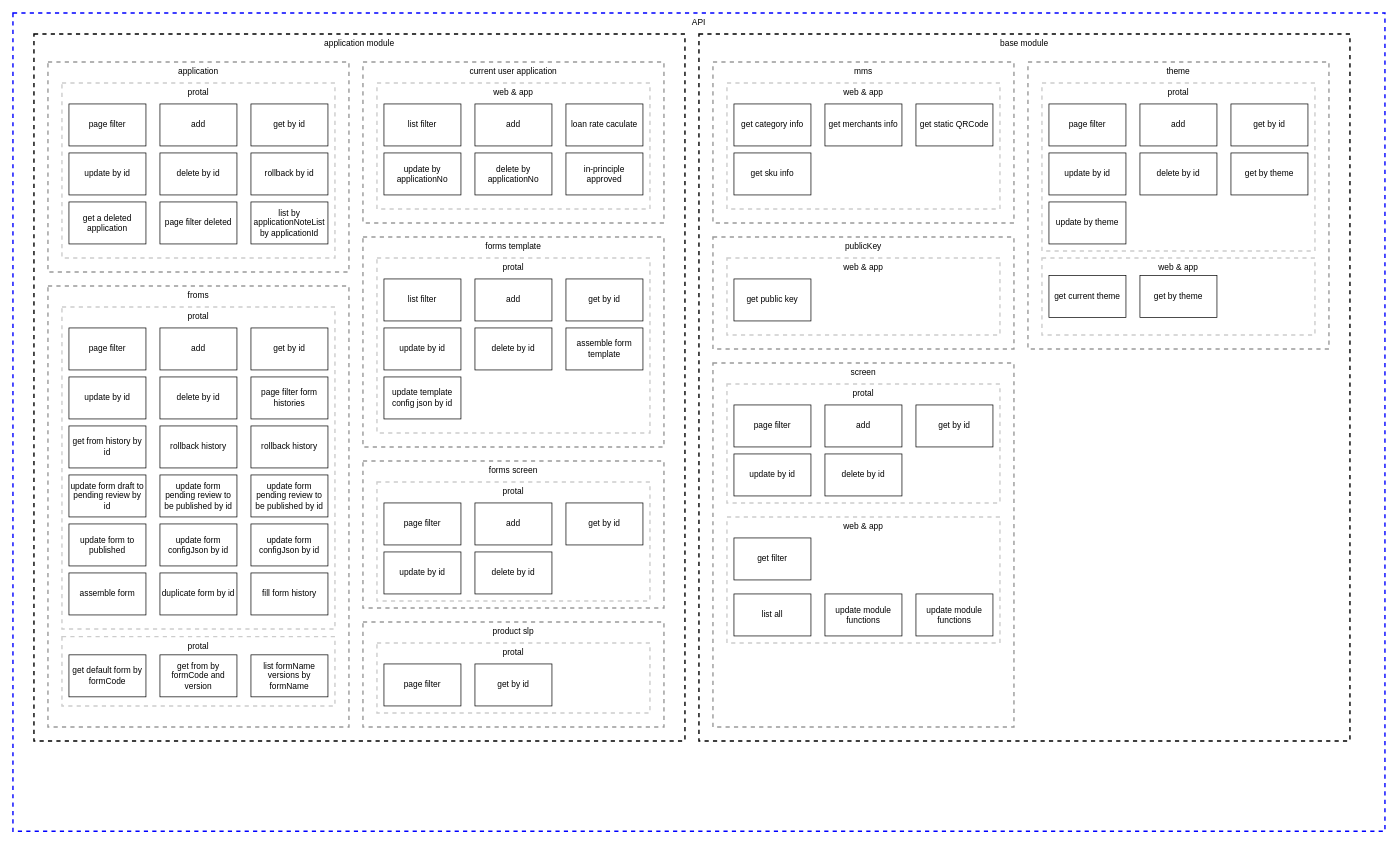
Before: user/ocmb-api-classification.drawio in jiangwu85/cloud-config-samples, a draw.io diagram. Source tidied: cells renumbered, new cells numbered last; positions are measured from the earlier drawing's top-left corner, leaving out a move shared by most shapes. Both pictures are drawn from the tidied source at 70%, with x=0, y=0 at pixel (13, 13).
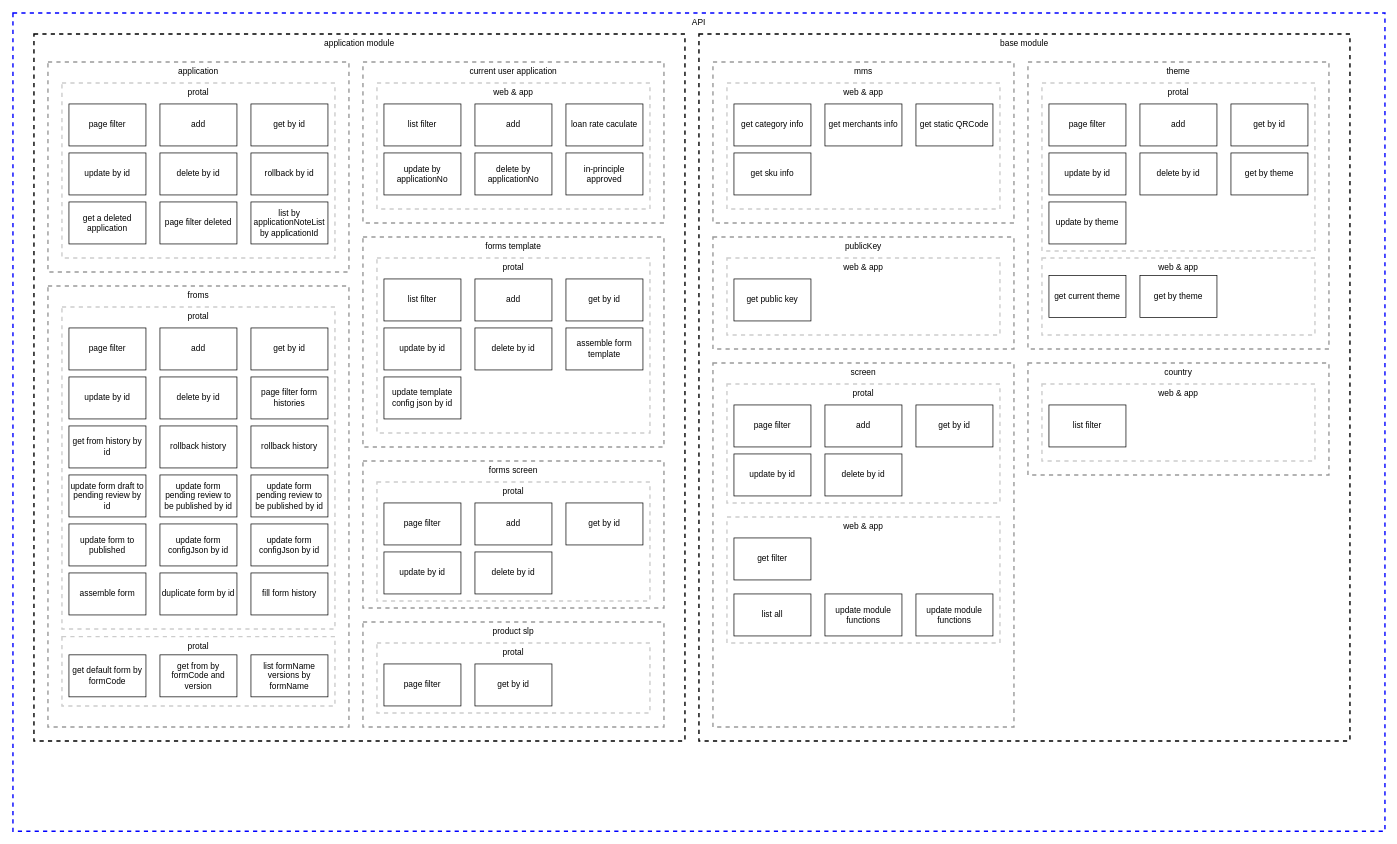
The same diagram, later.

The edit, as a diff of the source:
```diff
@@
+    <mxCell id="101" value="&lt;span style=&quot;font-weight: 400;&quot;&gt;country&lt;/span&gt;" style="rounded=0;whiteSpace=wrap;html=1;dashed=1;strokeWidth=2;fillColor=none;verticalAlign=top;fontStyle=1;opacity=40;" parent="1" vertex="1">
+      <mxGeometry x="1450" y="500" width="430" height="160" as="geometry" />
+    </mxCell>
+    <mxCell id="102" value="&lt;span style=&quot;font-weight: 400;&quot;&gt;web &amp;amp; app&lt;/span&gt;" style="rounded=0;whiteSpace=wrap;html=1;dashed=1;strokeWidth=2;fillColor=none;verticalAlign=top;fontStyle=1;opacity=20;" parent="1" vertex="1">
+      <mxGeometry x="1470" y="530" width="390" height="110" as="geometry" />
+    </mxCell>
+    <mxCell id="103" value="list filter" style="rounded=0;whiteSpace=wrap;html=1;fontColor=#000000;fillColor=none;" parent="1" vertex="1">
+      <mxGeometry x="1480" y="560" width="110" height="60" as="geometry" />
+    </mxCell>
```
